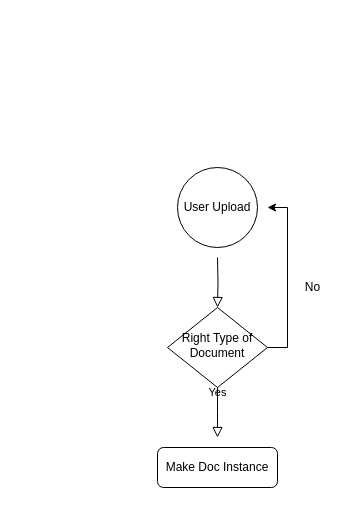
The draw.io diagram Untitled Diagram.drawio in sailj24/BrighterThanABorderCollie, before the edit. Source tidied: cells renumbered, new cells numbered last; positions are measured from the earlier drawing's top-left corner, leaving out a move shared by most shapes. Both pictures are drawn from the tidied source at 100%, with x=0, y=0 at pixel (157, 167).
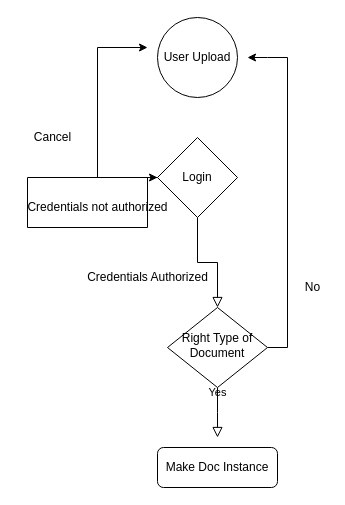
Above is the later version.

Unchanged cells that the change refers to:
```xml
<mxCell id="5" value="Right Type of Document" style="rhombus;whiteSpace=wrap;html=1;shadow=0;fontFamily=Helvetica;fontSize=12;align=center;strokeWidth=1;spacing=6;spacingTop=-4;" parent="1" vertex="1">
  <mxGeometry x="10" y="140" width="100" height="80" as="geometry" />
</mxCell>
```

What changed in the source:
```diff
@@
-    <mxCell id="2" style="rounded=0;html=1;jettySize=auto;fontSize=11;endArrow=block;endFill=0;endSize=8;strokeWidth=1;shadow=0;labelBackgroundColor=none;edgeStyle=orthogonalEdgeStyle;" parent="1" edge="1" target="5">
-      <mxGeometry relative="1" as="geometry">
-        <mxPoint x="60" y="90" as="sourcePoint" />
-      </mxGeometry>
+    <mxCell id="2" style="rounded=0;html=1;jettySize=auto;fontSize=11;endArrow=block;endFill=0;endSize=8;strokeWidth=1;shadow=0;labelBackgroundColor=none;edgeStyle=orthogonalEdgeStyle;" parent="1" edge="1" source="11" target="5">
+      <mxGeometry relative="1" as="geometry" />
     </mxCell>
@@
     <mxCell id="4" style="edgeStyle=orthogonalEdgeStyle;rounded=0;jettySize=auto;html=1;" parent="1" edge="1" source="5">
       <mxGeometry relative="1" as="geometry">
-        <mxPoint x="110" y="40" as="targetPoint" />
+        <mxPoint x="90" y="-110" as="targetPoint" />
         <Array as="points">
           <mxPoint x="130" y="180" />
-          <mxPoint x="130" y="40" />
+          <mxPoint x="130" y="-110" />
+          <mxPoint x="110" y="-110" />
         </Array>
       </mxGeometry>
     </mxCell>
@@
     <mxCell id="7" value="User Upload&lt;br&gt;" style="ellipse;whiteSpace=wrap;html=1;" parent="1" vertex="1">
-      <mxGeometry x="20" width="80" height="80" as="geometry" />
+      <mxGeometry y="-150" width="80" height="80" as="geometry" />
     </mxCell>
@@
+    <mxCell id="9" style="edgeStyle=orthogonalEdgeStyle;rounded=0;jettySize=auto;html=1;" parent="1" edge="1" source="11">
+      <mxGeometry relative="1" as="geometry">
+        <mxPoint x="-10" y="-120" as="targetPoint" />
+        <Array as="points">
+          <mxPoint x="-60" y="10" />
+          <mxPoint x="-60" y="-120" />
+        </Array>
+      </mxGeometry>
+    </mxCell>
+    <mxCell id="10" style="edgeStyle=orthogonalEdgeStyle;rounded=0;orthogonalLoop=1;jettySize=auto;html=1;" parent="1" edge="1" source="11" target="11">
+      <mxGeometry relative="1" as="geometry">
+        <Array as="points">
+          <mxPoint x="-130" y="10" />
+          <mxPoint x="-130" y="60" />
+          <mxPoint x="-10" y="60" />
+          <mxPoint x="-10" y="10" />
+        </Array>
+      </mxGeometry>
+    </mxCell>
+    <mxCell id="11" value="Login" style="rhombus;whiteSpace=wrap;html=1;" parent="1" vertex="1">
+      <mxGeometry y="-30" width="80" height="80" as="geometry" />
+    </mxCell>
+    <mxCell id="12" value="Credentials Authorized&lt;br&gt;" style="text;html=1;align=center;verticalAlign=middle;" parent="1" vertex="1">
+      <mxGeometry x="-80" y="100" width="140" height="20" as="geometry" />
+    </mxCell>
+    <mxCell id="13" value="Cancel" style="text;html=1;align=center;verticalAlign=middle;" parent="1" vertex="1">
+      <mxGeometry x="-130" y="-40" width="50" height="20" as="geometry" />
+    </mxCell>
+    <mxCell id="14" value="Credentials not authorized&lt;br&gt;" style="text;html=1;align=center;verticalAlign=middle;" parent="1" vertex="1">
+      <mxGeometry x="-140" y="30" width="160" height="20" as="geometry" />
+    </mxCell>
```
